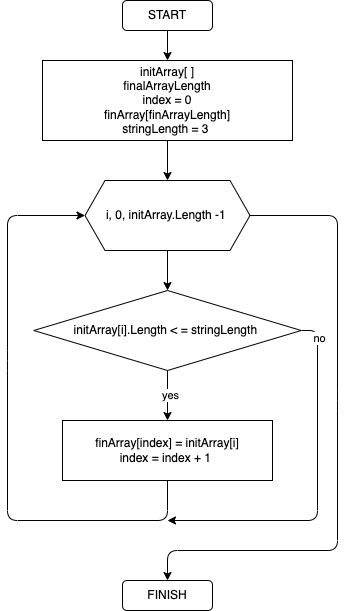
Above: flowchart.drawio.png in beryll007/GB_Study_C-_firstQuarterTest (draw.io), before the change. Source tidied: cells renumbered, new cells last; positions are measured from the earlier drawing's top-left corner, leaving out a move shared by most shapes.
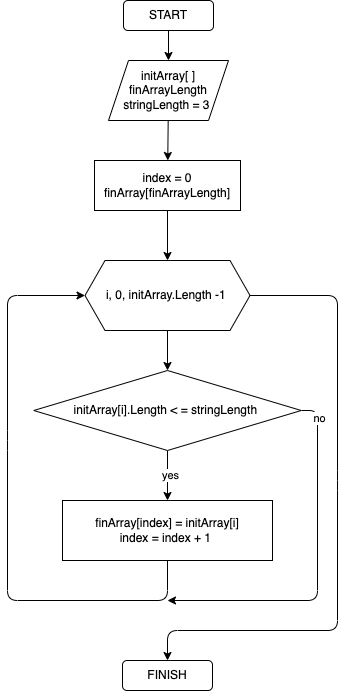
After the change.

Commit message:
flowchart corrected

Change to the diagram source:
```diff
@@ -2,17 +2,17 @@
   <root>
     <mxCell id="0" />
     <mxCell id="1" parent="0" />
-    <mxCell id="2" style="edgeStyle=none;html=1;entryX=0.5;entryY=0;entryDx=0;entryDy=0;" parent="1" edge="1" source="3" target="5">
-      <mxGeometry relative="1" as="geometry" />
-    </mxCell>
+    <mxCell id="17" style="edgeStyle=none;html=1;" parent="1" edge="1" source="3" target="19">
+      <mxGeometry relative="1" as="geometry" />
+    </mxCell>
     <mxCell id="3" value="START" style="rounded=1;whiteSpace=wrap;html=1;" parent="1" vertex="1">
-      <mxGeometry x="115" width="90" height="30" as="geometry" />
+      <mxGeometry x="116" y="-80" width="90" height="30" as="geometry" />
     </mxCell>
     <mxCell id="4" style="edgeStyle=none;html=1;" parent="1" edge="1" source="5" target="8">
       <mxGeometry relative="1" as="geometry" />
     </mxCell>
-    <mxCell id="5" value="initArray[ ]&lt;br&gt;finalArrayLength&lt;br&gt;index = 0&lt;br&gt;finArray[finArrayLength]&lt;br&gt;stringLength = 3&amp;nbsp;" style="rounded=0;whiteSpace=wrap;html=1;" parent="1" vertex="1">
-      <mxGeometry x="35" y="60" width="250" height="80" as="geometry" />
+    <mxCell id="5" value="index = 0&lt;br&gt;finArray[finArrayLength]" style="rounded=0;whiteSpace=wrap;html=1;" parent="1" vertex="1">
+      <mxGeometry x="87" y="80" width="146" height="50" as="geometry" />
     </mxCell>
     <mxCell id="6" style="edgeStyle=none;html=1;" parent="1" edge="1" source="8" target="13">
       <mxGeometry relative="1" as="geometry" />
@@ -69,5 +69,11 @@
     <mxCell id="16" value="FINISH" style="rounded=1;whiteSpace=wrap;html=1;" parent="1" vertex="1">
       <mxGeometry x="115" y="580" width="90" height="30" as="geometry" />
     </mxCell>
+    <mxCell id="18" style="edgeStyle=none;html=1;" parent="1" edge="1" source="19" target="5">
+      <mxGeometry relative="1" as="geometry" />
+    </mxCell>
+    <mxCell id="19" value="&lt;span&gt;initArray[ ]&lt;br&gt;&lt;/span&gt;finArrayLength&lt;br&gt;stringLength = 3&amp;nbsp;&lt;span&gt;&lt;br&gt;&lt;/span&gt;" style="shape=parallelogram;perimeter=parallelogramPerimeter;whiteSpace=wrap;html=1;fixedSize=1;" parent="1" vertex="1">
+      <mxGeometry x="101" y="-20" width="120" height="60" as="geometry" />
+    </mxCell>
   </root>
 </mxGraphModel>
```
